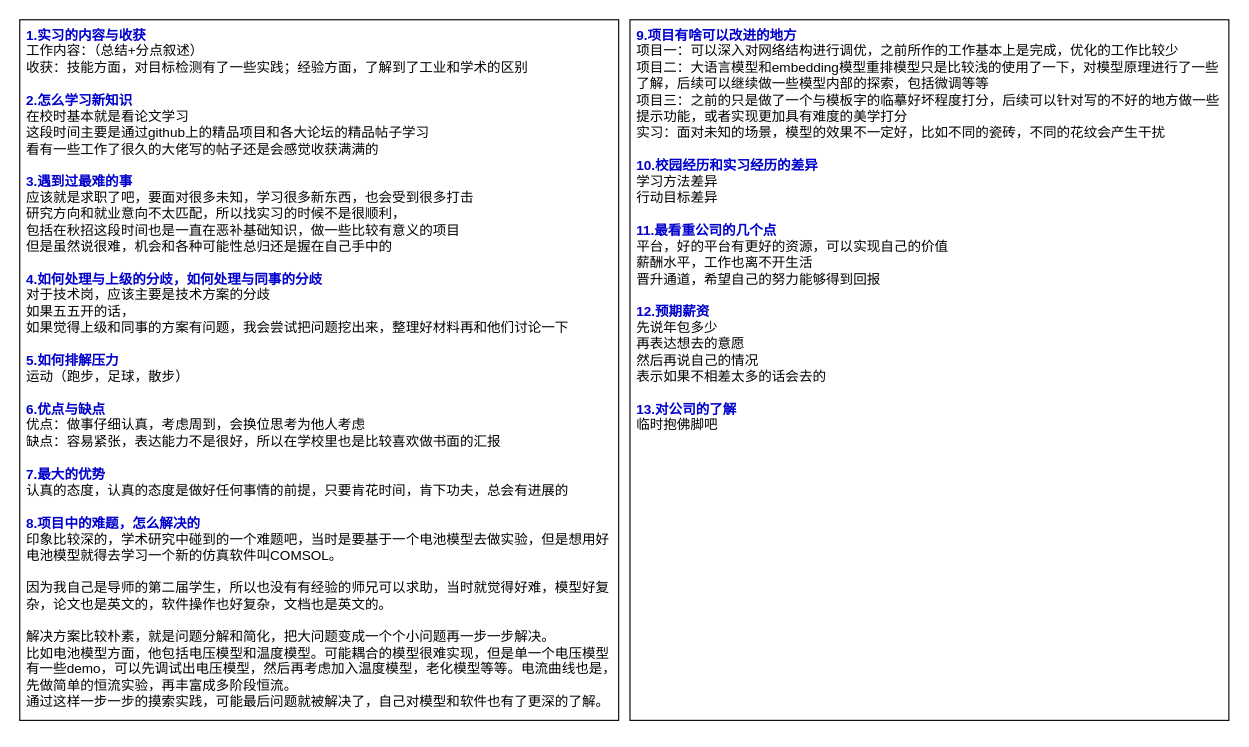
The draw.io diagram HR面试.drawio in limpid-11/drawio, before the edit. Source tidied: cells renumbered, new cells numbered last; positions are measured from the earlier drawing's top-left corner, leaving out a move shared by most shapes. Both pictures are drawn from the tidied source at 113%, with x=0, y=0 at pixel (19, 19).
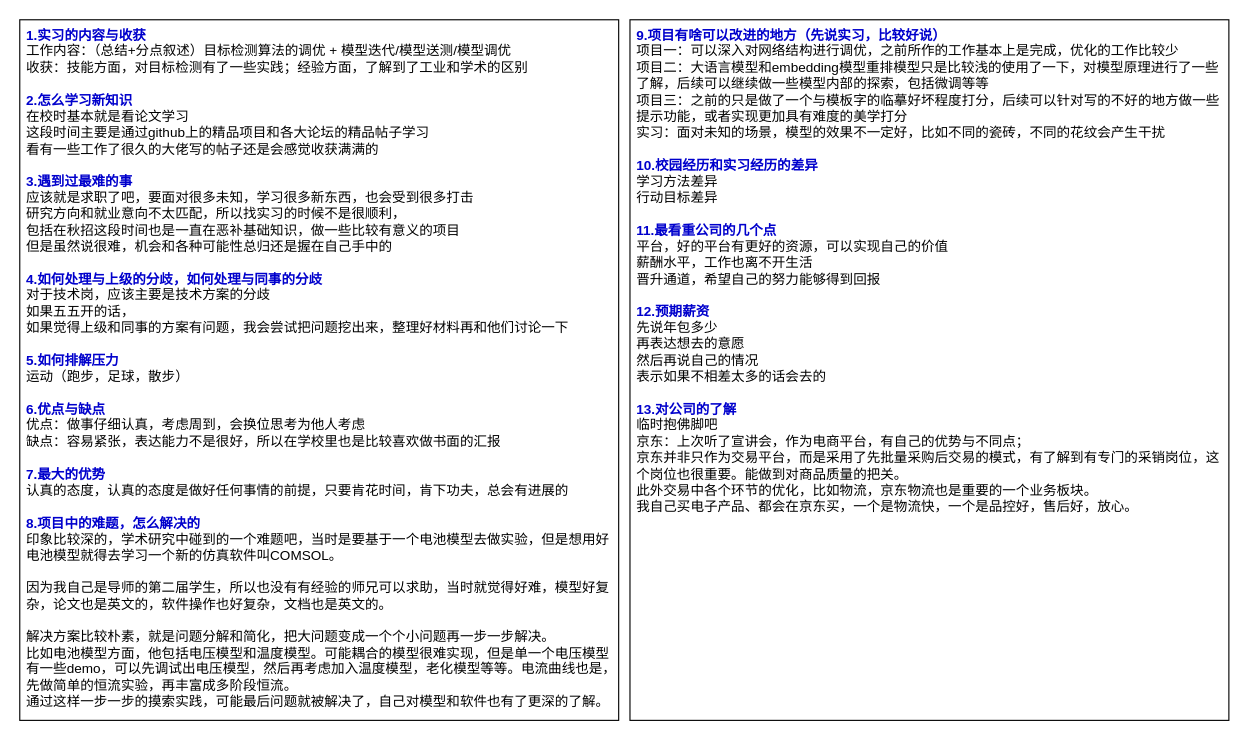
The same page after the edit.

What changed in the source:
```diff
@@
 <mxGraphModel>
   <root>
     <mxCell id="0" />
     <mxCell id="1" parent="0" />
-    <mxCell id="2" value="&lt;font color=&quot;#0000cc&quot;&gt;&lt;b&gt;1.实习的内容与收获&lt;/b&gt;&lt;/font&gt;&lt;div&gt;工作内容：（总结+分点叙述）&lt;/div&gt;&lt;div&gt;收获：&lt;span style=&quot;background-color: initial;&quot;&gt;技能方面，对目标检测有了一些实践；&lt;/span&gt;&lt;span style=&quot;background-color: initial;&quot;&gt;经验方面，了解到了工业和学术的区别&lt;/span&gt;&lt;/div&gt;&lt;div&gt;&lt;br&gt;&lt;/div&gt;&lt;div&gt;&lt;font color=&quot;#0000cc&quot;&gt;&lt;b&gt;2.怎么学习新知识&lt;/b&gt;&lt;/font&gt;&lt;/div&gt;&lt;div&gt;在校时基本就是看论文学习&lt;/div&gt;&lt;div&gt;这段时间主要是通过github上的精品项目和各大论坛的精品帖子学习&lt;/div&gt;&lt;div&gt;看有一些工作了很久的大佬写的帖子还是会感觉收获满满的&lt;/div&gt;&lt;div&gt;&lt;br&gt;&lt;/div&gt;&lt;div&gt;&lt;font color=&quot;#0000cc&quot;&gt;&lt;b&gt;3.遇到过最难的事&lt;/b&gt;&lt;/font&gt;&lt;/div&gt;&lt;div&gt;应该就是求职了吧，要面对很多未知，学习很多新东西，也会受到很多打击&lt;/div&gt;&lt;div&gt;研究方向和就业意向不太匹配，所以找实习的时候不是很顺利，&lt;/div&gt;&lt;div&gt;包括在秋招这段时间也是一直在恶补基础知识，做一些比较有意义的项目&lt;/div&gt;&lt;div&gt;但是虽然说很难，机会和各种可能性总归还是握在自己手中的&lt;/div&gt;&lt;div&gt;&lt;br&gt;&lt;/div&gt;&lt;div&gt;&lt;font color=&quot;#0000cc&quot;&gt;&lt;b&gt;4.如何处理与上级的分歧，如何处理与同事的分歧&lt;/b&gt;&lt;/font&gt;&lt;/div&gt;&lt;div&gt;对于技术岗，应该主要是技术方案的分歧&lt;/div&gt;&lt;div&gt;如果五五开的话，&lt;/div&gt;&lt;div&gt;如果觉得上级和同事的方案有问题，我会尝试把问题挖出来，整理好材料再和他们讨论一下&lt;/div&gt;&lt;div&gt;&lt;br&gt;&lt;/div&gt;&lt;div&gt;&lt;font color=&quot;#0000cc&quot;&gt;&lt;b&gt;5.如何排解压力&lt;/b&gt;&lt;/font&gt;&lt;/div&gt;&lt;div&gt;运动（跑步，足球，散步）&lt;/div&gt;&lt;div&gt;&lt;br&gt;&lt;/div&gt;&lt;div&gt;&lt;font color=&quot;#0000cc&quot;&gt;&lt;b&gt;6.优点与缺点&lt;/b&gt;&lt;/font&gt;&lt;/div&gt;&lt;div&gt;优点：做事仔细认真，考虑周到，会换位思考为他人考虑&lt;/div&gt;&lt;div&gt;缺点：容易紧张，表达能力不是很好，所以在学校里也是比较喜欢做书面的汇报&lt;/div&gt;&lt;div&gt;&lt;br&gt;&lt;/div&gt;&lt;div&gt;&lt;font color=&quot;#0000cc&quot;&gt;&lt;b&gt;7.最大的优势&lt;/b&gt;&lt;/font&gt;&lt;/div&gt;&lt;div&gt;认真的态度，认真的态度是做好任何事情的前提，只要肯花时间，肯下功夫，总会有进展的&lt;/div&gt;&lt;div&gt;&lt;br&gt;&lt;/div&gt;&lt;div&gt;&lt;font color=&quot;#0000cc&quot;&gt;&lt;b&gt;8.项目中的难题，怎么解决的&lt;/b&gt;&lt;/font&gt;&lt;/div&gt;&lt;div&gt;印象比较深的，学术研究中碰到的一个难题吧，当时是要基于一个电池模型去做实验，但是想用好电池模型就得去学习一个新的仿真软件叫COMSOL。&lt;/div&gt;&lt;div&gt;&lt;br&gt;&lt;/div&gt;&lt;div&gt;因为我自己是导师的第二届学生，所以也没有有经验的师兄可以求助，当时就觉得好难，模型好复杂，论文也是英文的，软件操作也好复杂，文档也是英文的。&lt;/div&gt;&lt;div&gt;&lt;br&gt;&lt;/div&gt;&lt;div&gt;解决方案比较朴素，就是问题分解和简化，把大问题变成一个个小问题再一步一步解决。&lt;/div&gt;&lt;div&gt;比如电池模型方面，他包括电压模型和温度模型。可能耦合的模型很难实现，但是单一个电压模型有一些demo，可以先调试出电压模型，然后再考虑加入温度模型，老化模型等等。电流曲线也是，先做简单的恒流实验，再丰富成多阶段恒流。&lt;/div&gt;&lt;div&gt;通过这样一步一步的摸索实践，可能最后问题就被解决了，自己对模型和软件也有了更深的了解。&lt;/div&gt;&lt;div&gt;&lt;br&gt;&lt;/div&gt;" style="rounded=0;whiteSpace=wrap;html=1;align=left;verticalAlign=top;spacingLeft=4;" parent="1" vertex="1">
+    <mxCell id="2" value="&lt;font color=&quot;#0000cc&quot;&gt;&lt;b&gt;1.实习的内容与收获&lt;/b&gt;&lt;/font&gt;&lt;div&gt;工作内容：（总结+分点叙述）目标检测算法的调优 + 模型迭代/模型送测/模型调优&lt;/div&gt;&lt;div&gt;收获：&lt;span style=&quot;background-color: initial;&quot;&gt;技能方面，对目标检测有了一些实践；&lt;/span&gt;&lt;span style=&quot;background-color: initial;&quot;&gt;经验方面，了解到了工业和学术的区别&lt;/span&gt;&lt;/div&gt;&lt;div&gt;&lt;br&gt;&lt;/div&gt;&lt;div&gt;&lt;font color=&quot;#0000cc&quot;&gt;&lt;b&gt;2.怎么学习新知识&lt;/b&gt;&lt;/font&gt;&lt;/div&gt;&lt;div&gt;在校时基本就是看论文学习&lt;/div&gt;&lt;div&gt;这段时间主要是通过github上的精品项目和各大论坛的精品帖子学习&lt;/div&gt;&lt;div&gt;看有一些工作了很久的大佬写的帖子还是会感觉收获满满的&lt;/div&gt;&lt;div&gt;&lt;br&gt;&lt;/div&gt;&lt;div&gt;&lt;font color=&quot;#0000cc&quot;&gt;&lt;b&gt;3.遇到过最难的事&lt;/b&gt;&lt;/font&gt;&lt;/div&gt;&lt;div&gt;应该就是求职了吧，要面对很多未知，学习很多新东西，也会受到很多打击&lt;/div&gt;&lt;div&gt;研究方向和就业意向不太匹配，所以找实习的时候不是很顺利，&lt;/div&gt;&lt;div&gt;包括在秋招这段时间也是一直在恶补基础知识，做一些比较有意义的项目&lt;/div&gt;&lt;div&gt;但是虽然说很难，机会和各种可能性总归还是握在自己手中的&lt;/div&gt;&lt;div&gt;&lt;br&gt;&lt;/div&gt;&lt;div&gt;&lt;font color=&quot;#0000cc&quot;&gt;&lt;b&gt;4.如何处理与上级的分歧，如何处理与同事的分歧&lt;/b&gt;&lt;/font&gt;&lt;/div&gt;&lt;div&gt;对于技术岗，应该主要是技术方案的分歧&lt;/div&gt;&lt;div&gt;如果五五开的话，&lt;/div&gt;&lt;div&gt;如果觉得上级和同事的方案有问题，我会尝试把问题挖出来，整理好材料再和他们讨论一下&lt;/div&gt;&lt;div&gt;&lt;br&gt;&lt;/div&gt;&lt;div&gt;&lt;font color=&quot;#0000cc&quot;&gt;&lt;b&gt;5.如何排解压力&lt;/b&gt;&lt;/font&gt;&lt;/div&gt;&lt;div&gt;运动（跑步，足球，散步）&lt;/div&gt;&lt;div&gt;&lt;br&gt;&lt;/div&gt;&lt;div&gt;&lt;font color=&quot;#0000cc&quot;&gt;&lt;b&gt;6.优点与缺点&lt;/b&gt;&lt;/font&gt;&lt;/div&gt;&lt;div&gt;优点：做事仔细认真，考虑周到，会换位思考为他人考虑&lt;/div&gt;&lt;div&gt;缺点：容易紧张，表达能力不是很好，所以在学校里也是比较喜欢做书面的汇报&lt;/div&gt;&lt;div&gt;&lt;br&gt;&lt;/div&gt;&lt;div&gt;&lt;font color=&quot;#0000cc&quot;&gt;&lt;b&gt;7.最大的优势&lt;/b&gt;&lt;/font&gt;&lt;/div&gt;&lt;div&gt;认真的态度，认真的态度是做好任何事情的前提，只要肯花时间，肯下功夫，总会有进展的&lt;/div&gt;&lt;div&gt;&lt;br&gt;&lt;/div&gt;&lt;div&gt;&lt;font color=&quot;#0000cc&quot;&gt;&lt;b&gt;8.项目中的难题，怎么解决的&lt;/b&gt;&lt;/font&gt;&lt;/div&gt;&lt;div&gt;印象比较深的，学术研究中碰到的一个难题吧，当时是要基于一个电池模型去做实验，但是想用好电池模型就得去学习一个新的仿真软件叫COMSOL。&lt;/div&gt;&lt;div&gt;&lt;br&gt;&lt;/div&gt;&lt;div&gt;因为我自己是导师的第二届学生，所以也没有有经验的师兄可以求助，当时就觉得好难，模型好复杂，论文也是英文的，软件操作也好复杂，文档也是英文的。&lt;/div&gt;&lt;div&gt;&lt;br&gt;&lt;/div&gt;&lt;div&gt;解决方案比较朴素，就是问题分解和简化，把大问题变成一个个小问题再一步一步解决。&lt;/div&gt;&lt;div&gt;比如电池模型方面，他包括电压模型和温度模型。可能耦合的模型很难实现，但是单一个电压模型有一些demo，可以先调试出电压模型，然后再考虑加入温度模型，老化模型等等。电流曲线也是，先做简单的恒流实验，再丰富成多阶段恒流。&lt;/div&gt;&lt;div&gt;通过这样一步一步的摸索实践，可能最后问题就被解决了，自己对模型和软件也有了更深的了解。&lt;/div&gt;&lt;div&gt;&lt;br&gt;&lt;/div&gt;" style="rounded=0;whiteSpace=wrap;html=1;align=left;verticalAlign=top;spacingLeft=4;" parent="1" vertex="1">
       <mxGeometry width="530" height="620" as="geometry" />
     </mxCell>
-    <mxCell id="3" value="&lt;font color=&quot;#0000cc&quot;&gt;&lt;b&gt;9.项目有啥可以改进的地方&lt;/b&gt;&lt;/font&gt;&lt;div&gt;项目一：可以深入对网络结构进行调优，之前所作的工作基本上是完成，优化的工作比较少&lt;/div&gt;&lt;div&gt;项目二：大语言模型和embedding模型重排模型只是比较浅的使用了一下，对模型原理进行了一些了解，后续可以继续做一些模型内部的探索，包括微调等等&lt;/div&gt;&lt;div&gt;项目三：之前的只是做了一个与模板字的临摹好坏程度打分，后续可以针对写的不好的地方做一些提示功能，或者实现更加具有难度的美学打分&lt;/div&gt;&lt;div&gt;实习：面对未知的场景，模型的效果不一定好，比如不同的瓷砖，不同的花纹会产生干扰&lt;/div&gt;&lt;div&gt;&lt;span style=&quot;background-color: initial;&quot;&gt;&lt;br&gt;&lt;/span&gt;&lt;/div&gt;&lt;div&gt;&lt;b style=&quot;color: rgb(0, 0, 204);&quot;&gt;10.校园经历和实习经历的差异&lt;/b&gt;&lt;/div&gt;&lt;div&gt;学习方法差异&lt;/div&gt;&lt;div&gt;行动目标差异&lt;/div&gt;&lt;div&gt;&lt;br&gt;&lt;/div&gt;&lt;div&gt;&lt;b style=&quot;color: rgb(0, 0, 204);&quot;&gt;11.最看重公司的几个点&lt;/b&gt;&lt;br&gt;&lt;/div&gt;&lt;div&gt;平台，好的平台有更好的资源，可以实现自己的价值&lt;br&gt;&lt;/div&gt;&lt;div&gt;薪酬水平，工作也离不开生活&lt;/div&gt;&lt;div&gt;晋升通道，希望自己的努力能够得到回报&lt;/div&gt;&lt;div&gt;&lt;br&gt;&lt;/div&gt;&lt;div&gt;&lt;b style=&quot;color: rgb(0, 0, 204);&quot;&gt;12.预期薪资&lt;/b&gt;&lt;br&gt;&lt;/div&gt;&lt;div&gt;先说年包多少&lt;/div&gt;&lt;div&gt;再表达想去的意愿&lt;/div&gt;&lt;div&gt;然后再说自己的情况&lt;/div&gt;&lt;div&gt;表示如果不相差太多的话&lt;span style=&quot;background-color: initial;&quot;&gt;会去的&lt;/span&gt;&lt;/div&gt;&lt;div&gt;&lt;span style=&quot;background-color: initial;&quot;&gt;&lt;br&gt;&lt;/span&gt;&lt;/div&gt;&lt;div&gt;&lt;b style=&quot;color: rgb(0, 0, 204);&quot;&gt;13.对公司的了解&lt;/b&gt;&lt;span style=&quot;background-color: initial;&quot;&gt;&lt;br&gt;&lt;/span&gt;&lt;/div&gt;&lt;div&gt;临时抱佛脚吧&lt;b style=&quot;color: rgb(0, 0, 204);&quot;&gt;&lt;br&gt;&lt;/b&gt;&lt;/div&gt;" style="rounded=0;whiteSpace=wrap;html=1;align=left;verticalAlign=top;spacingLeft=4;" parent="1" vertex="1">
+    <mxCell id="3" value="&lt;font color=&quot;#0000cc&quot;&gt;&lt;b&gt;9.项目有啥可以改进的地方（先说实习，比较好说）&lt;/b&gt;&lt;/font&gt;&lt;div&gt;项目一：可以深入对网络结构进行调优，之前所作的工作基本上是完成，优化的工作比较少&lt;/div&gt;&lt;div&gt;项目二：大语言模型和embedding模型重排模型只是比较浅的使用了一下，对模型原理进行了一些了解，后续可以继续做一些模型内部的探索，包括微调等等&lt;/div&gt;&lt;div&gt;项目三：之前的只是做了一个与模板字的临摹好坏程度打分，后续可以针对写的不好的地方做一些提示功能，或者实现更加具有难度的美学打分&lt;/div&gt;&lt;div&gt;实习：面对未知的场景，模型的效果不一定好，比如不同的瓷砖，不同的花纹会产生干扰&lt;/div&gt;&lt;div&gt;&lt;span style=&quot;background-color: initial;&quot;&gt;&lt;br&gt;&lt;/span&gt;&lt;/div&gt;&lt;div&gt;&lt;b style=&quot;color: rgb(0, 0, 204);&quot;&gt;10.校园经历和实习经历的差异&lt;/b&gt;&lt;/div&gt;&lt;div&gt;学习方法差异&lt;/div&gt;&lt;div&gt;行动目标差异&lt;/div&gt;&lt;div&gt;&lt;br&gt;&lt;/div&gt;&lt;div&gt;&lt;b style=&quot;color: rgb(0, 0, 204);&quot;&gt;11.最看重公司的几个点&lt;/b&gt;&lt;br&gt;&lt;/div&gt;&lt;div&gt;平台，好的平台有更好的资源，可以实现自己的价值&lt;br&gt;&lt;/div&gt;&lt;div&gt;薪酬水平，工作也离不开生活&lt;/div&gt;&lt;div&gt;晋升通道，希望自己的努力能够得到回报&lt;/div&gt;&lt;div&gt;&lt;br&gt;&lt;/div&gt;&lt;div&gt;&lt;b style=&quot;color: rgb(0, 0, 204);&quot;&gt;12.预期薪资&lt;/b&gt;&lt;br&gt;&lt;/div&gt;&lt;div&gt;先说年包多少&lt;/div&gt;&lt;div&gt;再表达想去的意愿&lt;/div&gt;&lt;div&gt;然后再说自己的情况&lt;/div&gt;&lt;div&gt;表示如果不相差太多的话&lt;span style=&quot;background-color: initial;&quot;&gt;会去的&lt;/span&gt;&lt;/div&gt;&lt;div&gt;&lt;span style=&quot;background-color: initial;&quot;&gt;&lt;br&gt;&lt;/span&gt;&lt;/div&gt;&lt;div&gt;&lt;b style=&quot;color: rgb(0, 0, 204);&quot;&gt;13.对公司的了解&lt;/b&gt;&lt;span style=&quot;background-color: initial;&quot;&gt;&lt;br&gt;&lt;/span&gt;&lt;/div&gt;&lt;div&gt;临时抱佛脚吧&lt;b style=&quot;color: rgb(0, 0, 204);&quot;&gt;&lt;br&gt;&lt;/b&gt;&lt;/div&gt;&lt;div&gt;京东：上次听了宣讲会，作为电商平台，有自己的优势与不同点；&lt;/div&gt;&lt;div&gt;京东并非只作为交易平台，而是采用了先批量采购后交易的模式，有了解到有专门的采销岗位，这个岗位也很重要。能做到对商品质量的把关。&lt;/div&gt;&lt;div&gt;此外交易中各个环节的优化，比如物流，京东物流也是重要的一个业务板块。&lt;/div&gt;&lt;div&gt;我自己买电子产品、都会在京东买，一个是物流快，一个是品控好，售后好，放心。&lt;/div&gt;" style="rounded=0;whiteSpace=wrap;html=1;align=left;verticalAlign=top;spacingLeft=4;" parent="1" vertex="1">
       <mxGeometry x="540" width="530" height="620" as="geometry" />
     </mxCell>
   </root>
 </mxGraphModel>
```
